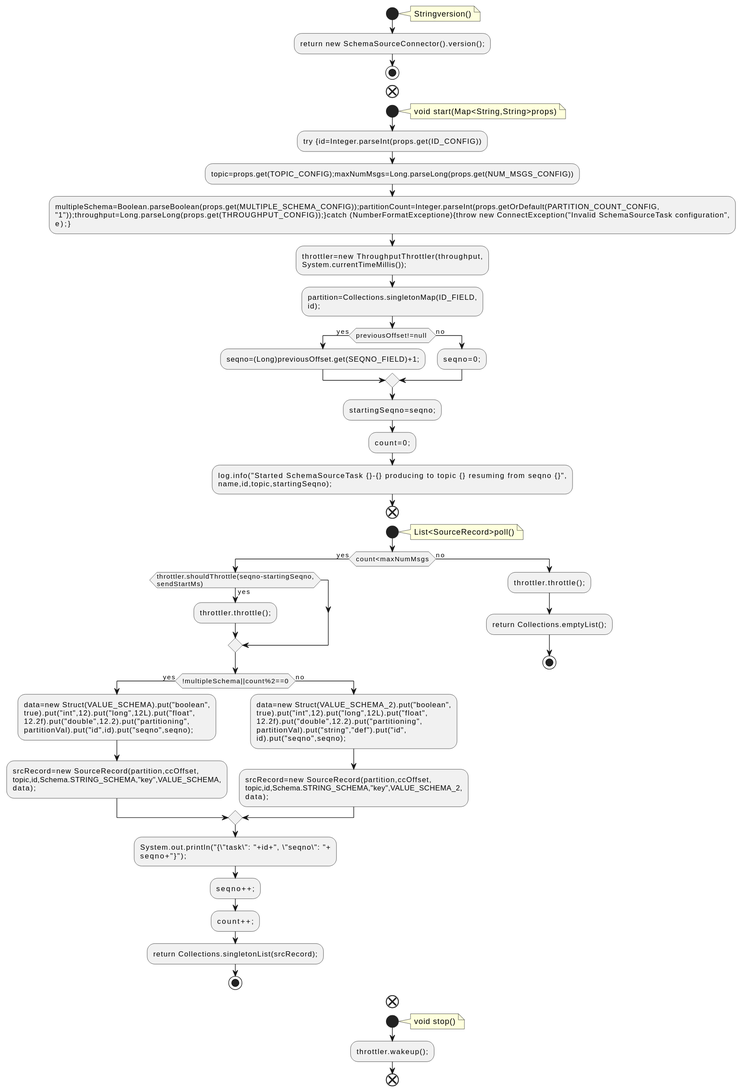
Earlier version of the PlantUML export docs/qc/connect/runtime/src/main/java/org/apache/kafka/connect/tools/SchemaSourceTask.java.fct.svg (qualitesys/kafka).
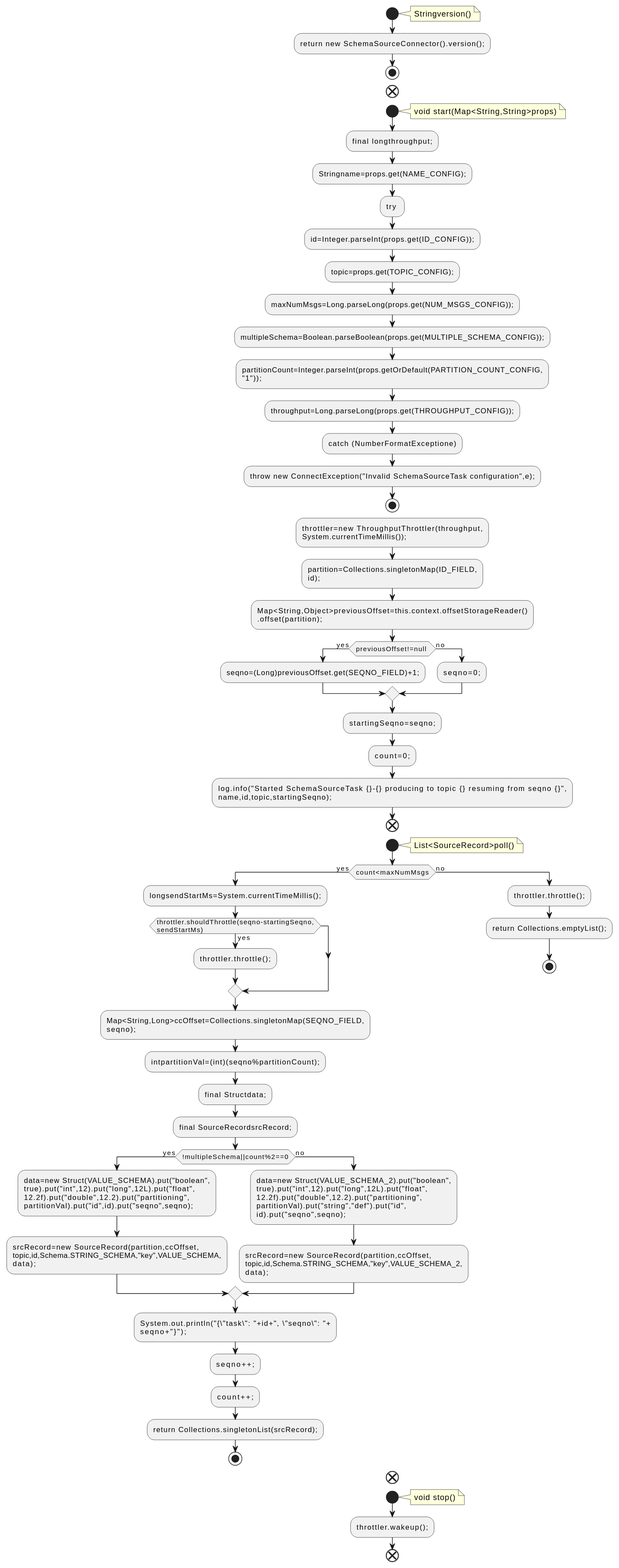
The same diagram one commit later.

Change to the diagram source:
```diff
@@ -11,15 +11,25 @@
 note right
 void start(Map<String,String>props)
 end note
-:try {id=Integer.parseInt(props.get(ID_CONFIG));
-:topic=props.get(TOPIC_CONFIG);maxNumMsgs=Long.parseLong(props.get(NUM_MSGS_CONFIG));
-:multipleSchema=Boolean.parseBoolean(props.get(MULTIPLE_SCHEMA_CONFIG));partitionCount=Integer.parseInt(props.getOrDefault(PARTITION_COUNT_CONFIG,
-"1"));throughput=Long.parseLong(props.get(THROUGHPUT_CONFIG));}catch (NumberFormatExceptione){throw new ConnectException("Invalid SchemaSourceTask configuration",
-e);};
+:final longthroughput;;
+:Stringname=props.get(NAME_CONFIG);;
+:try ;
+:id=Integer.parseInt(props.get(ID_CONFIG));;
+:topic=props.get(TOPIC_CONFIG);;
+:maxNumMsgs=Long.parseLong(props.get(NUM_MSGS_CONFIG));;
+:multipleSchema=Boolean.parseBoolean(props.get(MULTIPLE_SCHEMA_CONFIG));;
+:partitionCount=Integer.parseInt(props.getOrDefault(PARTITION_COUNT_CONFIG,
+"1"));;
+:throughput=Long.parseLong(props.get(THROUGHPUT_CONFIG));;
+:catch (NumberFormatExceptione);
+:throw new ConnectException("Invalid SchemaSourceTask configuration",e);;
+stop
 :throttler=new ThroughputThrottler(throughput,
 System.currentTimeMillis());;
 :partition=Collections.singletonMap(ID_FIELD,
 id);;
+:Map<String,Object>previousOffset=this.context.offsetStorageReader()
+.offset(partition);;
 if (previousOffset!=null ) then (yes)
 :seqno=(Long)previousOffset.get(SEQNO_FIELD)+1;;
 else (no)
@@ -35,10 +45,16 @@
 List<SourceRecord>poll()
 end note
 if (count<maxNumMsgs) then (yes)
+:longsendStartMs=System.currentTimeMillis();;
 if (throttler.shouldThrottle(seqno-startingSeqno,
 sendStartMs)) then (yes)
 :throttler.throttle();;
 endif
+:Map<String,Long>ccOffset=Collections.singletonMap(SEQNO_FIELD,
+seqno);;
+:intpartitionVal=(int)(seqno%partitionCount);;
+:final Structdata;;
+:final SourceRecordsrcRecord;;
 if (!multipleSchema||count%2==0) then (yes)
 :data=new Struct(VALUE_SCHEMA).put("boolean",
 true).put("int",12).put("long",12L).put("float",
```
